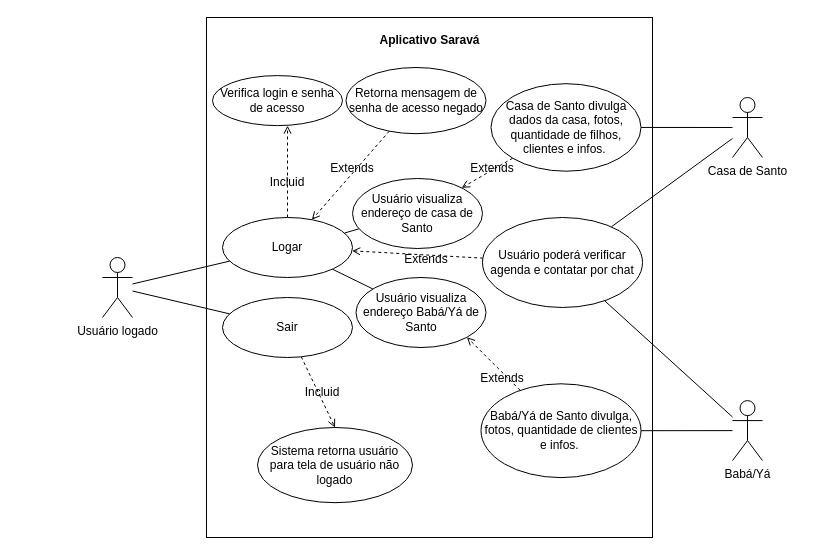
Earlier version of the draw.io diagram CasoDeUsoUsuarioLogado.drawio (AlexCarvalhovisk/sarava). Source tidied: cells renumbered, new cells numbered last; positions are measured from the earlier drawing's top-left corner, leaving out a move shared by most shapes. Both pictures are drawn from the tidied source at 100%, with x=0, y=0 at pixel (102, 17).
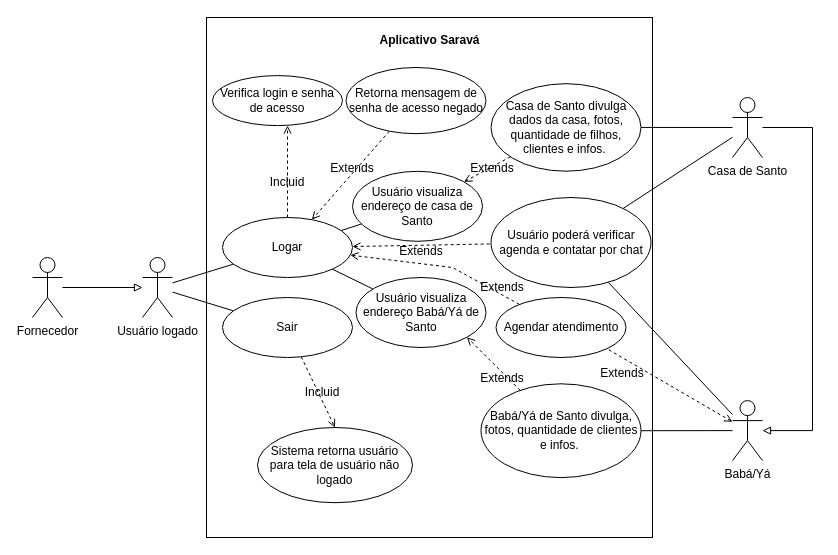
After the change.

Unchanged cells that the change refers to:
```xml
<mxCell id="8" value="Casa de Santo" style="shape=umlActor;verticalLabelPosition=bottom;verticalAlign=top;html=1;" parent="1" vertex="1">
  <mxGeometry x="630" y="80" width="30" height="60" as="geometry" />
</mxCell>
<mxCell id="11" value="Babá/Yá" style="shape=umlActor;verticalLabelPosition=bottom;verticalAlign=top;html=1;" parent="1" vertex="1">
  <mxGeometry x="630" y="383.1" width="30" height="60" as="geometry" />
</mxCell>
<mxCell id="16" value="Logar" style="ellipse;whiteSpace=wrap;html=1;" parent="1" vertex="1">
  <mxGeometry x="120" y="200" width="130" height="60" as="geometry" />
</mxCell>
```

The edit, as a diff of the source:
```diff
@@
     <mxCell id="5" value="Usuário logado" style="shape=umlActor;verticalLabelPosition=bottom;verticalAlign=top;html=1;" parent="1" vertex="1">
-      <mxGeometry y="240" width="30" height="60" as="geometry" />
+      <mxGeometry x="40" y="240" width="30" height="60" as="geometry" />
     </mxCell>
@@
+    <mxCell id="37" style="edgeStyle=orthogonalEdgeStyle;rounded=0;jettySize=auto;html=1;endArrow=block;endFill=0;" parent="1" edge="1" source="8" target="11">
+      <mxGeometry relative="1" as="geometry">
+        <Array as="points">
+          <mxPoint x="710" y="110" />
+          <mxPoint x="710" y="413.1" />
+        </Array>
+      </mxGeometry>
+    </mxCell>
@@
+    <mxCell id="38" style="rounded=0;jettySize=auto;html=1;entryX=1;entryY=1;entryDx=0;entryDy=0;endArrow=none;endFill=0;dashed=1;startArrow=open;startFill=0;" parent="1" edge="1" source="11" target="42">
+      <mxGeometry relative="1" as="geometry" />
+    </mxCell>
@@
+    <mxCell id="39" style="rounded=0;jettySize=auto;html=1;dashed=1;endArrow=none;endFill=0;startArrow=open;startFill=0;" parent="1" edge="1" source="16" target="42">
+      <mxGeometry relative="1" as="geometry">
+        <Array as="points">
+          <mxPoint x="350" y="250" />
+        </Array>
+      </mxGeometry>
+    </mxCell>
@@
     <mxCell id="17" value="Usuário visualiza endereço de casa de Santo" style="ellipse;whiteSpace=wrap;html=1;" parent="1" vertex="1">
-      <mxGeometry x="250" y="161" width="130" height="70" as="geometry" />
+      <mxGeometry x="250" y="153.8" width="130" height="70" as="geometry" />
     </mxCell>
@@
     <mxCell id="35" value="Usuário poderá verificar agenda e contatar por chat" style="ellipse;whiteSpace=wrap;html=1;" parent="1" vertex="1">
-      <mxGeometry x="380" y="200" width="160" height="90" as="geometry" />
+      <mxGeometry x="388.5" y="180" width="160" height="90" as="geometry" />
     </mxCell>
     <mxCell id="36" value="Extends" style="text;html=1;strokeColor=none;fillColor=none;align=center;verticalAlign=middle;whiteSpace=wrap;rounded=0;" parent="1" vertex="1">
-      <mxGeometry x="294" y="231" width="60" height="21" as="geometry" />
+      <mxGeometry x="288.5" y="223.8" width="60" height="21" as="geometry" />
     </mxCell>
+    <mxCell id="40" style="rounded=0;jettySize=auto;html=1;endArrow=block;endFill=0;" parent="1" edge="1" source="41" target="5">
+      <mxGeometry relative="1" as="geometry" />
+    </mxCell>
+    <mxCell id="41" value="Fornecedor" style="shape=umlActor;verticalLabelPosition=bottom;verticalAlign=top;html=1;outlineConnect=0;" parent="1" vertex="1">
+      <mxGeometry x="-70" y="240" width="30" height="60" as="geometry" />
+    </mxCell>
+    <mxCell id="42" value="Agendar atendimento" style="ellipse;whiteSpace=wrap;html=1;" parent="1" vertex="1">
+      <mxGeometry x="393.5" y="280" width="130" height="60" as="geometry" />
+    </mxCell>
+    <mxCell id="43" value="Extends" style="text;html=1;strokeColor=none;fillColor=none;align=center;verticalAlign=middle;whiteSpace=wrap;rounded=0;" parent="1" vertex="1">
+      <mxGeometry x="490" y="345.3" width="60" height="21" as="geometry" />
+    </mxCell>
+    <mxCell id="44" value="Extends" style="text;html=1;strokeColor=none;fillColor=none;align=center;verticalAlign=middle;whiteSpace=wrap;rounded=0;" parent="1" vertex="1">
+      <mxGeometry x="370" y="259" width="60" height="21" as="geometry" />
+    </mxCell>
```
